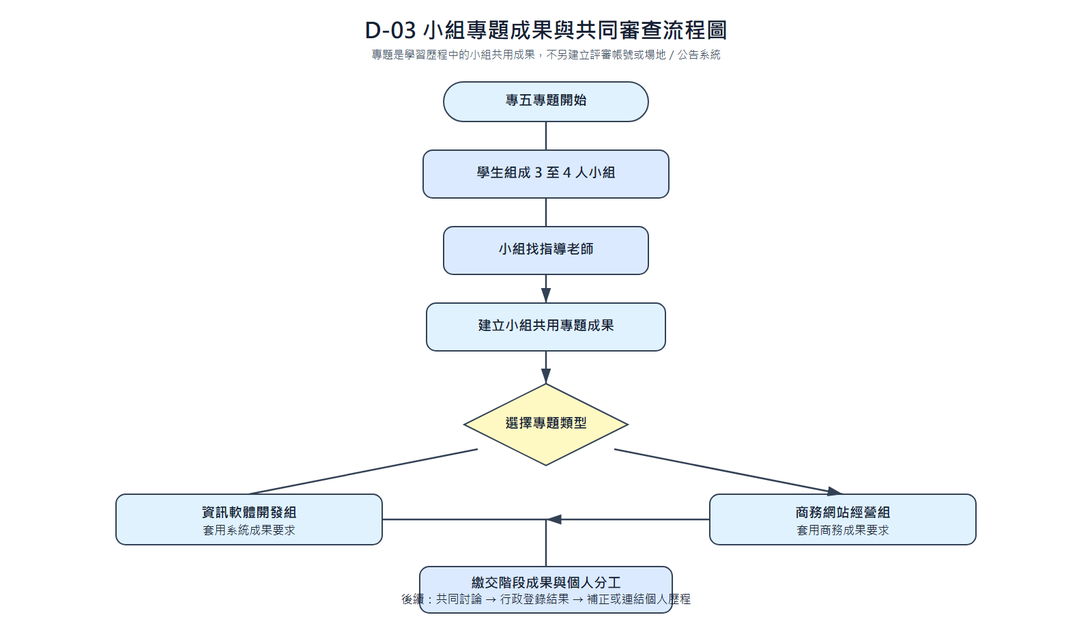
Above: docs/images/D-03-group-project-review-flow.png in vujhdcusa/1028 (Mermaid), before the change. Its source is kept beside it as docs/images/D-03-group-project-review-flow.mmd. The source it was exported from:
```mermaid
%%{init: {'theme':'base','themeVariables': {'fontFamily':'Microsoft JhengHei, Noto Sans TC, Arial, sans-serif','primaryColor':'#F3F4F6','primaryTextColor':'#111827','primaryBorderColor':'#9CA3AF','lineColor':'#6B7280','edgeLabelBackground':'#FFFFFF'}}}%%
flowchart TD
    classDef student fill:#DBEAFE,stroke:#9CA3AF,color:#111827,stroke-width:1px;
    classDef teacher fill:#DCFCE7,stroke:#9CA3AF,color:#111827,stroke-width:1px;
    classDef staff fill:#EDE9FE,stroke:#9CA3AF,color:#111827,stroke-width:1px;
    classDef system fill:#F3F4F6,stroke:#9CA3AF,color:#111827,stroke-width:1px;

    Start([P1：專五專題開始]) --> Team[學生建立小組與個人分工]:::student
    Team --> Template[系統套用年度成果要求]:::system
    Template --> Submit[學生繳交成果與佐證]:::student
    Submit --> Teacher[教師／導師提供回饋]:::teacher
    Teacher --> Staff[科辦／行政登錄共同結論]:::staff
    Staff --> Revision{需要補正？}
    Revision -- 是 --> Fix[學生補正並再次確認]:::student
    Fix --> Submit
    Revision -- 否 --> Link[連結至組員已確認的學習歷程]:::system
    Link --> End([完成])
```
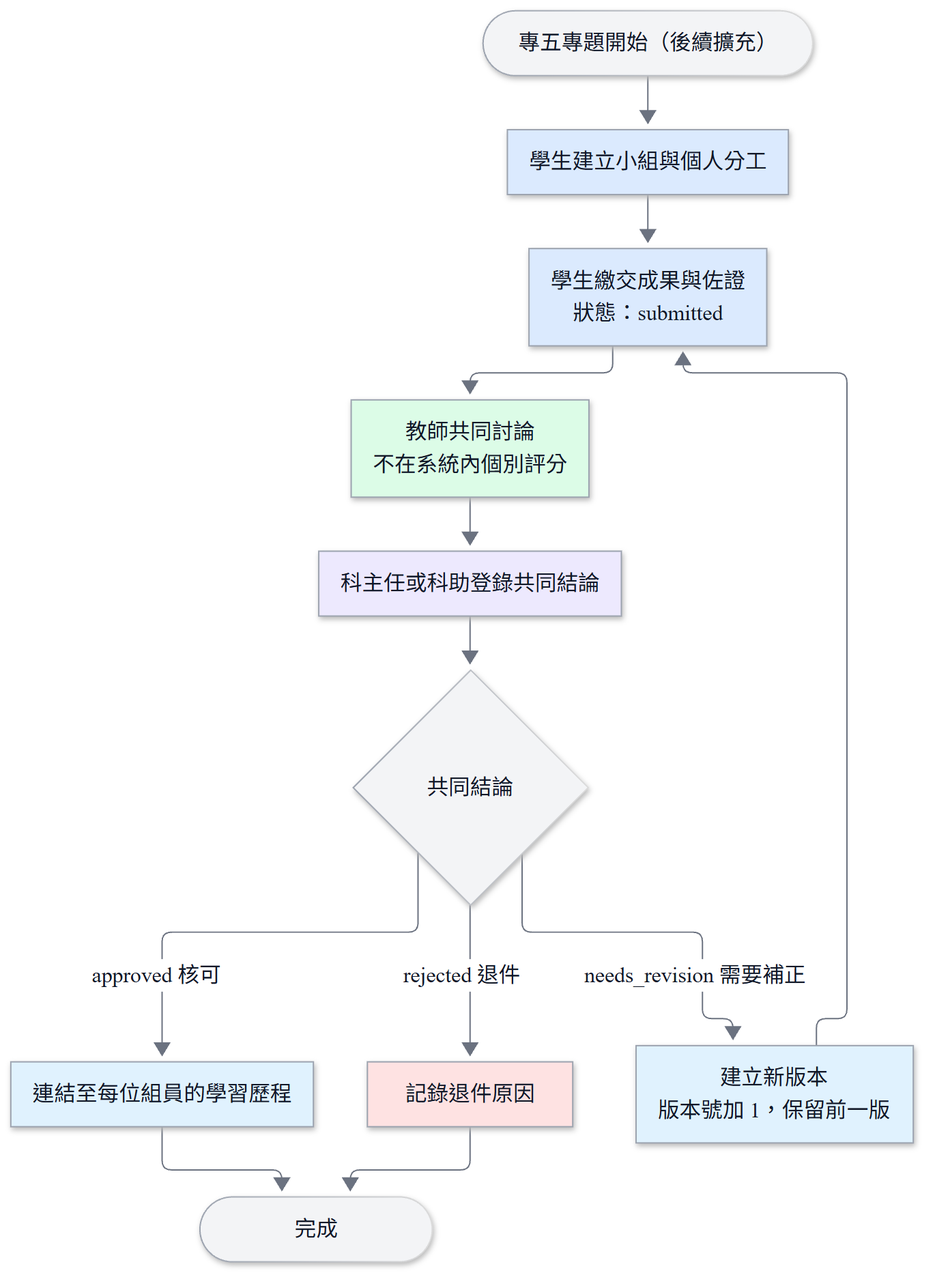
After the change.

Diff of the diagram source:
```diff
@@ -1,17 +1,19 @@
-%%{init: {'theme':'base','themeVariables': {'fontFamily':'Microsoft JhengHei, Noto Sans TC, Arial, sans-serif','primaryColor':'#F3F4F6','primaryTextColor':'#111827','primaryBorderColor':'#9CA3AF','lineColor':'#6B7280','edgeLabelBackground':'#FFFFFF'}}}%%
+%%{init: {'theme':'base','themeVariables': {'fontFamily':'Microsoft JhengHei, Noto Sans TC, Arial, sans-serif','primaryColor':'#F3F4F6','primaryTextColor':'#111827','primaryBorderColor':'#9CA3AF','lineColor':'#6B7280','edgeLabelBackground':'#FFFFFF'},'flowchart':{'wrappingWidth':400}}}%%
 flowchart TD
     classDef student fill:#DBEAFE,stroke:#9CA3AF,color:#111827,stroke-width:1px;
     classDef teacher fill:#DCFCE7,stroke:#9CA3AF,color:#111827,stroke-width:1px;
     classDef staff fill:#EDE9FE,stroke:#9CA3AF,color:#111827,stroke-width:1px;
-    classDef system fill:#F3F4F6,stroke:#9CA3AF,color:#111827,stroke-width:1px;
+    classDef system fill:#E0F2FE,stroke:#9CA3AF,color:#111827,stroke-width:1px;
+    classDef alert fill:#FEE2E2,stroke:#9CA3AF,color:#111827,stroke-width:1px;
 
-    Start([P1：專五專題開始]) --> Team[學生建立小組與個人分工]:::student
-    Team --> Template[系統套用年度成果要求]:::system
-    Template --> Submit[學生繳交成果與佐證]:::student
-    Submit --> Teacher[教師／導師提供回饋]:::teacher
-    Teacher --> Staff[科辦／行政登錄共同結論]:::staff
-    Staff --> Revision{需要補正？}
-    Revision -- 是 --> Fix[學生補正並再次確認]:::student
-    Fix --> Submit
-    Revision -- 否 --> Link[連結至組員已確認的學習歷程]:::system
+    Start([專五專題開始（後續擴充）]) --> Team[學生建立小組與個人分工]:::student
+    Team --> Submit[學生繳交成果與佐證<br/>狀態：submitted]:::student
+    Submit --> Discuss[教師共同討論<br/>不在系統內個別評分]:::teacher
+    Discuss --> Record[科主任或科助登錄共同結論]:::staff
+    Record --> Result{共同結論}
+    Result -- approved 核可 --> Link[連結至每位組員的學習歷程]:::system
+    Result -- needs_revision 需要補正 --> NewVersion[建立新版本<br/>版本號加 1，保留前一版]:::system
+    NewVersion --> Submit
+    Result -- rejected 退件 --> Reject[記錄退件原因]:::alert
     Link --> End([完成])
+    Reject --> End
```
